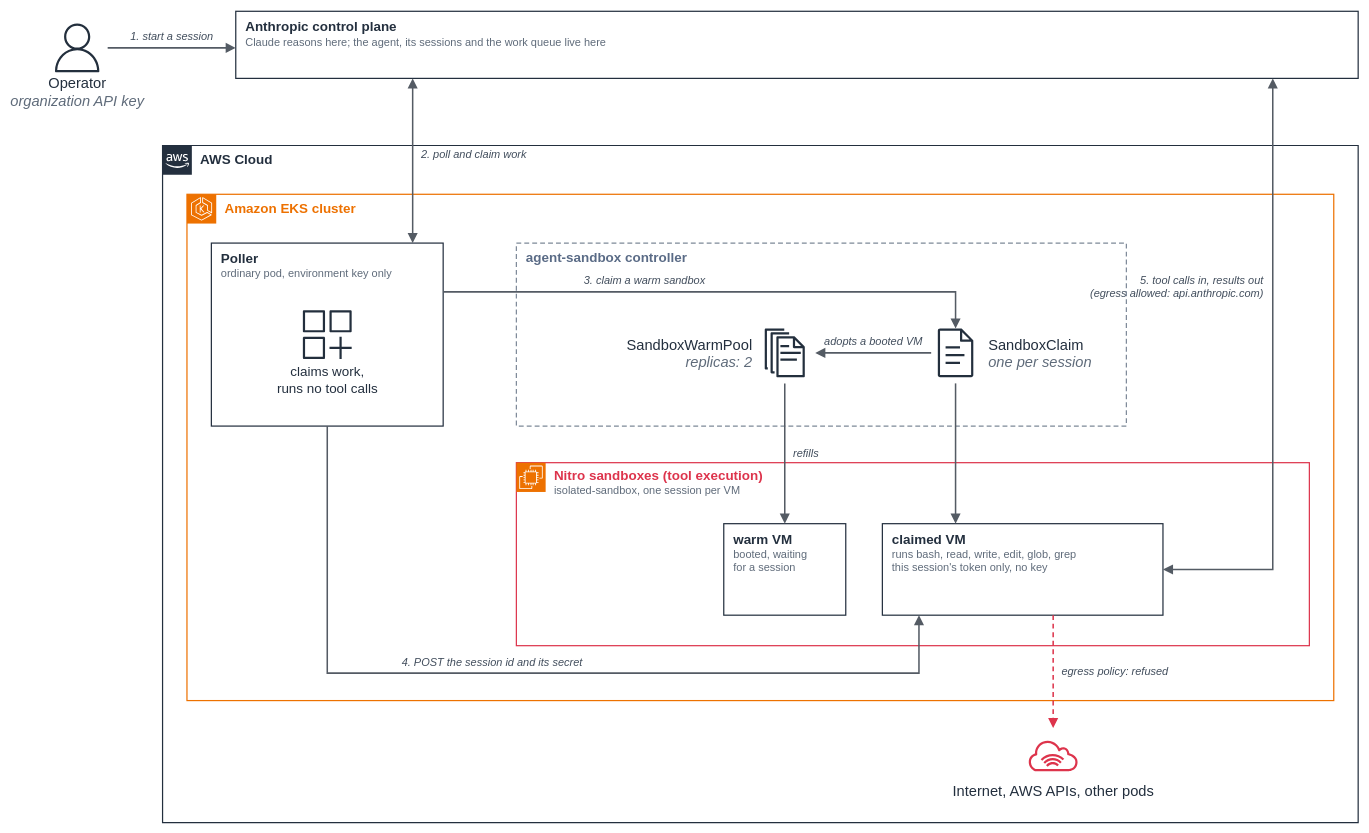
This is examples/ai-agents/claude-managed-agents/images/claude-managed-agents.drawio from aws-samples/sample-eks-nitro-sandbox, a draw.io file, before an edit. Source tidied: cells renumbered, new cells numbered last; positions are measured from the earlier drawing's top-left corner, leaving out a move shared by most shapes. Both pictures are drawn from the tidied source at 61%, with x=0, y=0 at pixel (52, 11).
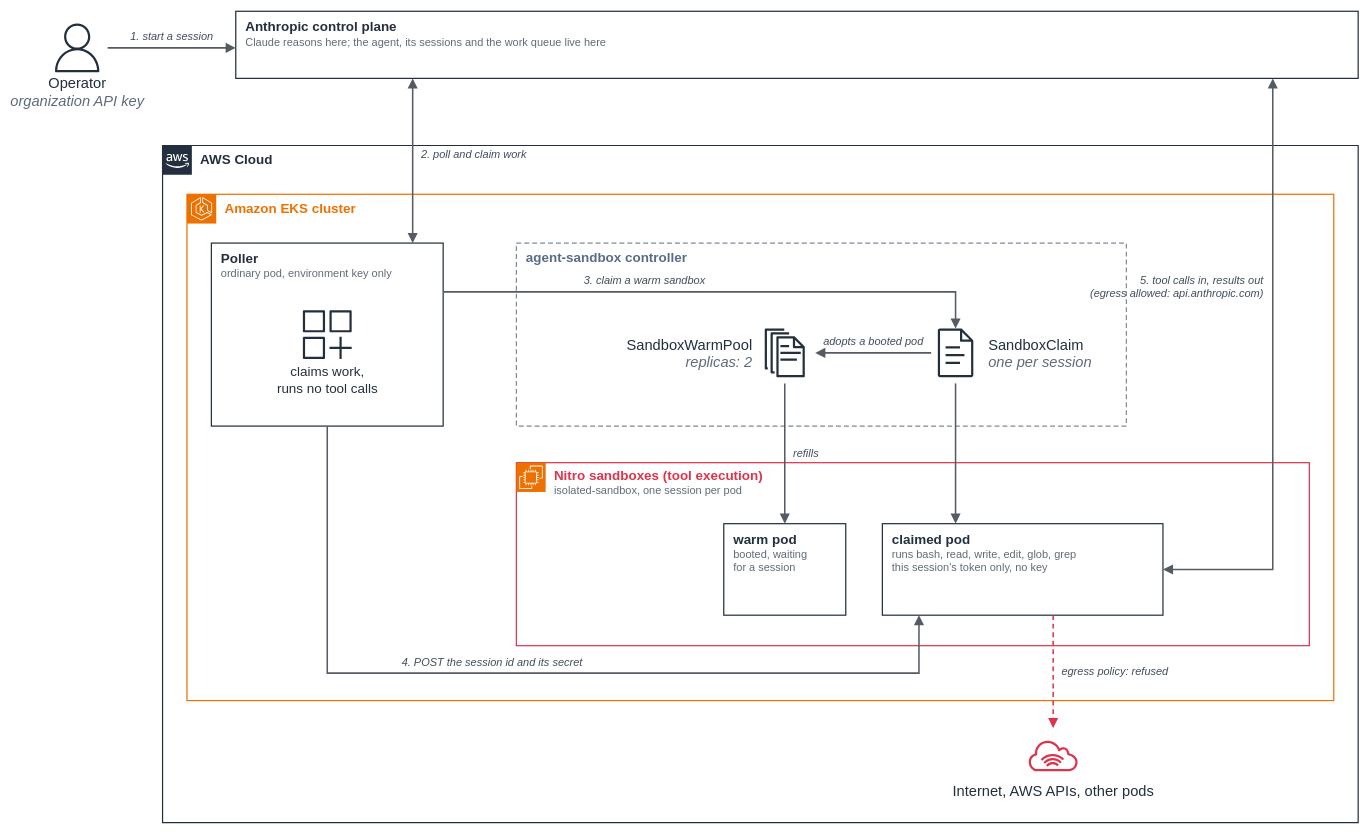
The same diagram, later.

Commit message (it also covers changes not shown here):
Call the pooled and claimed sandboxes pods, not VMs

What changed in the source:
```diff
@@
-    <mxCell id="12" value="&lt;div style=&quot;font-size:22px;line-height:26.40px&quot;&gt;Nitro sandboxes (tool execution)&lt;/div&gt;&lt;div style=&quot;font-size:18px;line-height:22px&quot;&gt;&lt;span style=&quot;font-weight:normal&quot;&gt;&lt;span style=&quot;color:#5F6B7A&quot;&gt;isolated-sandbox, one session per VM&lt;/span&gt;&lt;/span&gt;&lt;/div&gt;" style="rounded=0;html=1;whiteSpace=nowrap;strokeColor=#DD344C;fillColor=none;strokeWidth=2;dashed=0;verticalAlign=top;align=left;spacing=0;spacingLeft=62;spacingTop=4;fontSize=14;fontStyle=1;fontColor=#DD344C;fontFamily=Arial,Helvetica,sans-serif;" parent="1" vertex="1">
+    <mxCell id="12" value="&lt;div style=&quot;font-size:22px;line-height:26.40px&quot;&gt;Nitro sandboxes (tool execution)&lt;/div&gt;&lt;div style=&quot;font-size:18px;line-height:22px&quot;&gt;&lt;span style=&quot;font-weight:normal&quot;&gt;&lt;span style=&quot;color:#5F6B7A&quot;&gt;isolated-sandbox, one session per pod&lt;/span&gt;&lt;/span&gt;&lt;/div&gt;" style="rounded=0;html=1;whiteSpace=nowrap;strokeColor=#DD344C;fillColor=none;strokeWidth=2;dashed=0;verticalAlign=top;align=left;spacing=0;spacingLeft=62;spacingTop=4;fontSize=14;fontStyle=1;fontColor=#DD344C;fontFamily=Arial,Helvetica,sans-serif;" parent="1" vertex="1">
       <mxGeometry x="760" y="740" width="1300" height="300" as="geometry" />
     </mxCell>
@@
-    <mxCell id="14" value="&lt;div style=&quot;font-size:22px;line-height:26.40px&quot;&gt;warm VM&lt;/div&gt;&lt;div style=&quot;font-size:18px;line-height:22px&quot;&gt;&lt;span style=&quot;font-weight:normal&quot;&gt;&lt;span style=&quot;color:#5F6B7A&quot;&gt;booted, waiting&lt;/span&gt;&lt;/span&gt;&lt;/div&gt;&lt;div style=&quot;font-size:18px;line-height:22px&quot;&gt;&lt;span style=&quot;font-weight:normal&quot;&gt;&lt;span style=&quot;color:#5F6B7A&quot;&gt;for a session&lt;/span&gt;&lt;/span&gt;&lt;/div&gt;" style="rounded=0;html=1;whiteSpace=nowrap;strokeColor=#232F3E;fillColor=none;strokeWidth=2;dashed=0;verticalAlign=top;align=left;spacing=0;spacingLeft=16;spacingTop=8;fontSize=14;fontStyle=1;fontColor=#232F3E;fontFamily=Arial,Helvetica,sans-serif;" parent="1" vertex="1">
+    <mxCell id="14" value="&lt;div style=&quot;font-size:22px;line-height:26.40px&quot;&gt;warm pod&lt;/div&gt;&lt;div style=&quot;font-size:18px;line-height:22px&quot;&gt;&lt;span style=&quot;font-weight:normal&quot;&gt;&lt;span style=&quot;color:#5F6B7A&quot;&gt;booted, waiting&lt;/span&gt;&lt;/span&gt;&lt;/div&gt;&lt;div style=&quot;font-size:18px;line-height:22px&quot;&gt;&lt;span style=&quot;font-weight:normal&quot;&gt;&lt;span style=&quot;color:#5F6B7A&quot;&gt;for a session&lt;/span&gt;&lt;/span&gt;&lt;/div&gt;" style="rounded=0;html=1;whiteSpace=nowrap;strokeColor=#232F3E;fillColor=none;strokeWidth=2;dashed=0;verticalAlign=top;align=left;spacing=0;spacingLeft=16;spacingTop=8;fontSize=14;fontStyle=1;fontColor=#232F3E;fontFamily=Arial,Helvetica,sans-serif;" parent="1" vertex="1">
       <mxGeometry x="1100" y="840" width="200" height="150" as="geometry" />
     </mxCell>
-    <mxCell id="15" value="&lt;div style=&quot;font-size:22px;line-height:26.40px&quot;&gt;claimed VM&lt;/div&gt;&lt;div style=&quot;font-size:18px;line-height:22px&quot;&gt;&lt;span style=&quot;font-weight:normal&quot;&gt;&lt;span style=&quot;color:#5F6B7A&quot;&gt;runs bash, read, write, edit, glob, grep&lt;/span&gt;&lt;/span&gt;&lt;/div&gt;&lt;div style=&quot;font-size:18px;line-height:22px&quot;&gt;&lt;span style=&quot;font-weight:normal&quot;&gt;&lt;span style=&quot;color:#5F6B7A&quot;&gt;this session's token only, no key&lt;/span&gt;&lt;/span&gt;&lt;/div&gt;" style="rounded=0;html=1;whiteSpace=nowrap;strokeColor=#232F3E;fillColor=none;strokeWidth=2;dashed=0;verticalAlign=top;align=left;spacing=0;spacingLeft=16;spacingTop=8;fontSize=14;fontStyle=1;fontColor=#232F3E;fontFamily=Arial,Helvetica,sans-serif;" parent="1" vertex="1">
+    <mxCell id="15" value="&lt;div style=&quot;font-size:22px;line-height:26.40px&quot;&gt;claimed pod&lt;/div&gt;&lt;div style=&quot;font-size:18px;line-height:22px&quot;&gt;&lt;span style=&quot;font-weight:normal&quot;&gt;&lt;span style=&quot;color:#5F6B7A&quot;&gt;runs bash, read, write, edit, glob, grep&lt;/span&gt;&lt;/span&gt;&lt;/div&gt;&lt;div style=&quot;font-size:18px;line-height:22px&quot;&gt;&lt;span style=&quot;font-weight:normal&quot;&gt;&lt;span style=&quot;color:#5F6B7A&quot;&gt;this session's token only, no key&lt;/span&gt;&lt;/span&gt;&lt;/div&gt;" style="rounded=0;html=1;whiteSpace=nowrap;strokeColor=#232F3E;fillColor=none;strokeWidth=2;dashed=0;verticalAlign=top;align=left;spacing=0;spacingLeft=16;spacingTop=8;fontSize=14;fontStyle=1;fontColor=#232F3E;fontFamily=Arial,Helvetica,sans-serif;" parent="1" vertex="1">
       <mxGeometry x="1360" y="840" width="460" height="150" as="geometry" />
     </mxCell>
@@
-    <mxCell id="20" value="adopts a booted VM" style="edgeStyle=orthogonalEdgeStyle;rounded=0;html=1;strokeColor=#545B64;strokeWidth=2.5;endArrow=block;endFill=1;endSize=10;fontSize=18;fontStyle=2;fontColor=#414D5C;fontFamily=Arial,Helvetica,sans-serif;labelBackgroundColor=none;" parent="1" edge="1">
+    <mxCell id="20" value="adopts a booted pod" style="edgeStyle=orthogonalEdgeStyle;rounded=0;html=1;strokeColor=#545B64;strokeWidth=2.5;endArrow=block;endFill=1;endSize=10;fontSize=18;fontStyle=2;fontColor=#414D5C;fontFamily=Arial,Helvetica,sans-serif;labelBackgroundColor=none;" parent="1" edge="1">
       <mxGeometry relative="1" as="geometry">
         <mxPoint x="1440" y="560" as="sourcePoint" />
         <mxPoint x="1250" y="560" as="targetPoint" />
         <mxPoint y="-18" as="offset" />
       </mxGeometry>
     </mxCell>
```
